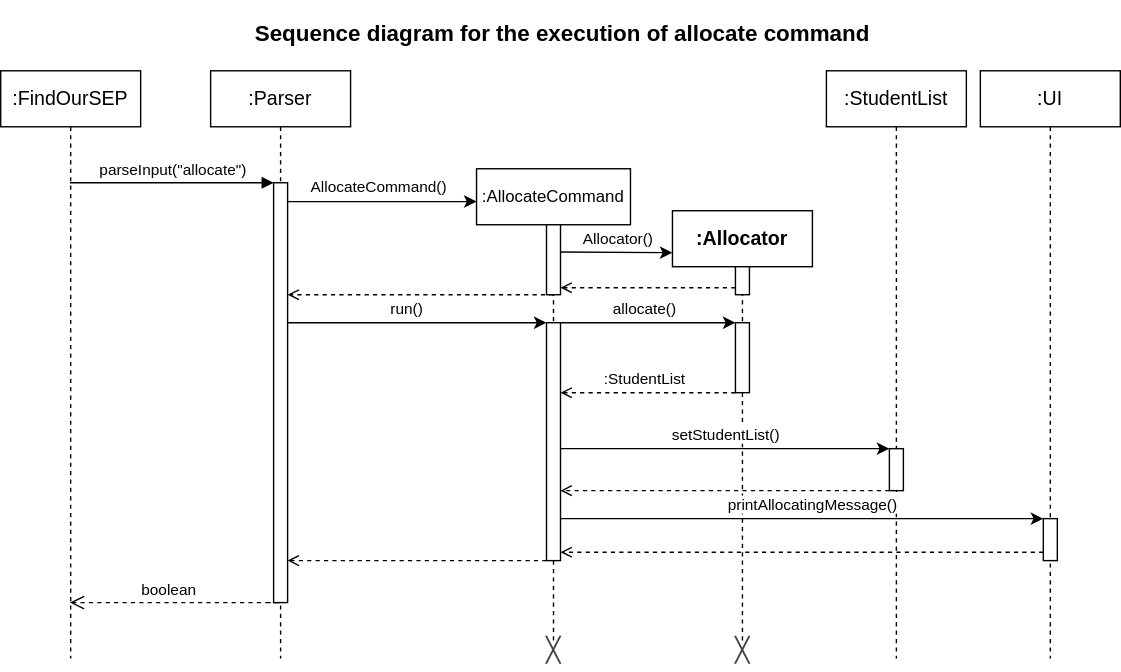
paulktham/tp keeps this draw.io diagram as docs/UML_Diagrams/AllocatorSequence.drawio.svg. Above is the earlier version. Source tidied: cells renumbered, new cells last; positions are measured from the earlier drawing's top-left corner, leaving out a move shared by most shapes.
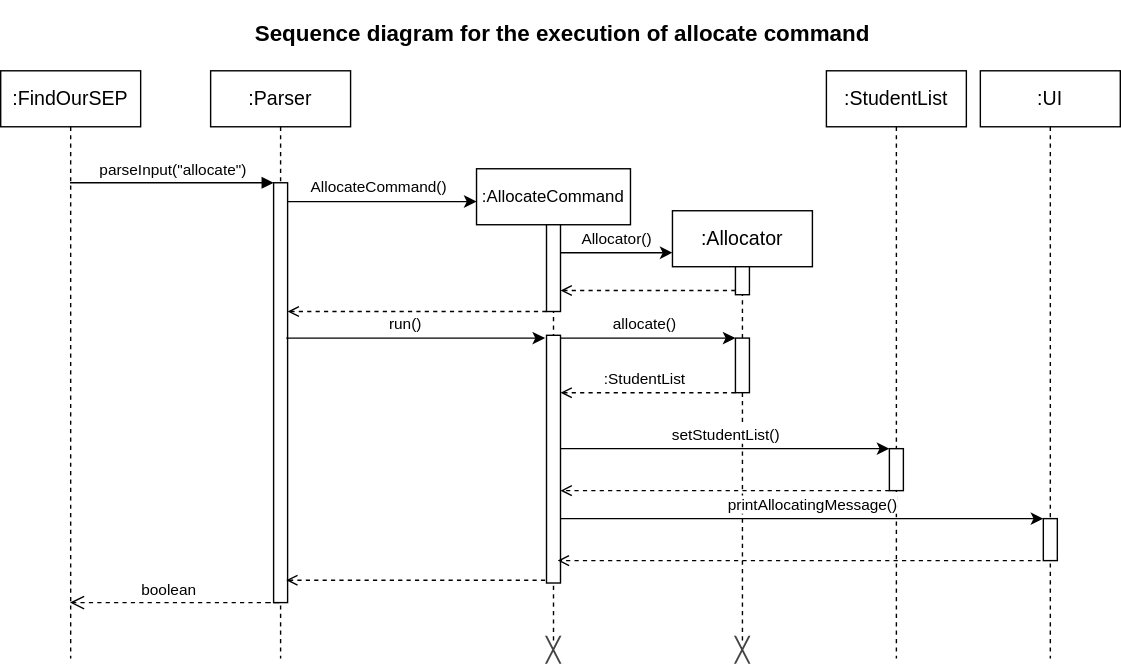
The same diagram one commit later.

Change to the diagram source:
```diff
@@ -34,49 +34,53 @@
       <mxGeometry x="340" y="120" width="110" height="350" as="geometry" />
     </mxCell>
     <mxCell id="9" style="html=1;points=[];perimeter=orthogonalPerimeter;outlineConnect=0;targetShapes=umlLifeline;portConstraint=eastwest;newEdgeStyle={&quot;edgeStyle&quot;:&quot;elbowEdgeStyle&quot;,&quot;elbow&quot;:&quot;vertical&quot;,&quot;curved&quot;:0,&quot;rounded&quot;:0};" parent="8" vertex="1">
-      <mxGeometry x="50" y="40" width="10" height="50" as="geometry" />
+      <mxGeometry x="50" y="40" width="10" height="62" as="geometry" />
     </mxCell>
     <mxCell id="10" style="html=1;points=[];perimeter=orthogonalPerimeter;outlineConnect=0;targetShapes=umlLifeline;portConstraint=eastwest;newEdgeStyle={&quot;edgeStyle&quot;:&quot;elbowEdgeStyle&quot;,&quot;elbow&quot;:&quot;vertical&quot;,&quot;curved&quot;:0,&quot;rounded&quot;:0};" parent="8" vertex="1">
-      <mxGeometry x="50" y="110" width="10" height="170" as="geometry" />
+      <mxGeometry x="50" y="119" width="10" height="177" as="geometry" />
     </mxCell>
-    <mxCell id="11" style="edgeStyle=elbowEdgeStyle;rounded=0;jettySize=auto;html=1;elbow=vertical;curved=0;endArrow=open;endFill=0;dashed=1;" parent="1" edge="1" target="4">
+    <mxCell id="11" style="edgeStyle=elbowEdgeStyle;rounded=0;jettySize=auto;html=1;elbow=horizontal;curved=0;endArrow=open;endFill=0;dashed=1;" parent="1" edge="1" source="9" target="4">
       <mxGeometry relative="1" as="geometry">
-        <mxPoint x="395" y="210" as="sourcePoint" />
         <Array as="points">
+          <mxPoint x="366" y="222" />
           <mxPoint x="290" y="210" />
           <mxPoint x="325" y="210" />
         </Array>
       </mxGeometry>
     </mxCell>
-    <mxCell id="12" value="&lt;font style=&quot;font-size: 14px;&quot;&gt;&lt;b&gt;:Allocator&lt;/b&gt;&lt;/font&gt;" style="shape=umlLifeline;perimeter=lifelinePerimeter;whiteSpace=wrap;html=1;newEdgeStyle={&quot;edgeStyle&quot;:&quot;elbowEdgeStyle&quot;,&quot;elbow&quot;:&quot;vertical&quot;,&quot;curved&quot;:0,&quot;rounded&quot;:0};" parent="1" vertex="1">
+    <mxCell id="12" value="&lt;font style=&quot;font-size: 14px;&quot;&gt;:Allocator&lt;/font&gt;" style="shape=umlLifeline;perimeter=lifelinePerimeter;whiteSpace=wrap;html=1;newEdgeStyle={&quot;edgeStyle&quot;:&quot;elbowEdgeStyle&quot;,&quot;elbow&quot;:&quot;vertical&quot;,&quot;curved&quot;:0,&quot;rounded&quot;:0};" parent="1" vertex="1">
       <mxGeometry x="480" y="150" width="100" height="320" as="geometry" />
     </mxCell>
     <mxCell id="13" style="html=1;perimeter=orthogonalPerimeter;targetShapes=umlLifeline;newEdgeStyle={&quot;edgeStyle&quot;:&quot;elbowEdgeStyle&quot;,&quot;elbow&quot;:&quot;vertical&quot;,&quot;curved&quot;:0,&quot;rounded&quot;:0};" parent="12" vertex="1">
       <mxGeometry x="45" y="40" width="10" height="20" as="geometry" />
     </mxCell>
     <mxCell id="14" style="html=1;points=[];perimeter=orthogonalPerimeter;outlineConnect=0;targetShapes=umlLifeline;portConstraint=eastwest;newEdgeStyle={&quot;edgeStyle&quot;:&quot;elbowEdgeStyle&quot;,&quot;elbow&quot;:&quot;vertical&quot;,&quot;curved&quot;:0,&quot;rounded&quot;:0};" parent="12" vertex="1">
-      <mxGeometry x="45" y="80" width="10" height="50" as="geometry" />
+      <mxGeometry x="45" y="91" width="10" height="39" as="geometry" />
     </mxCell>
-    <mxCell id="15" value="Allocator()" style="edgeStyle=elbowEdgeStyle;rounded=0;orthogonalLoop=1;jettySize=auto;html=1;elbow=vertical;curved=0;" parent="1" edge="1">
+    <mxCell id="15" value="Allocator()" style="edgeStyle=elbowEdgeStyle;rounded=0;jettySize=auto;html=1;elbow=vertical;curved=0;" parent="1" edge="1" source="9">
       <mxGeometry y="10" relative="1" as="geometry">
-        <mxPoint x="400" y="179.5" as="sourcePoint" />
         <mxPoint x="480" y="179.5" as="targetPoint" />
+        <Array as="points">
+          <mxPoint x="447" y="180" />
+        </Array>
       </mxGeometry>
     </mxCell>
     <mxCell id="16" style="edgeStyle=elbowEdgeStyle;rounded=0;orthogonalLoop=1;jettySize=auto;html=1;elbow=vertical;curved=0;endArrow=open;endFill=0;dashed=1;" parent="1" edge="1">
       <mxGeometry relative="1" as="geometry">
-        <mxPoint x="525" y="205" as="sourcePoint" />
-        <mxPoint x="400" y="205" as="targetPoint" />
+        <mxPoint x="525" y="207" as="sourcePoint" />
+        <mxPoint x="400" y="207" as="targetPoint" />
       </mxGeometry>
     </mxCell>
-    <mxCell id="17" value="run()" style="edgeStyle=elbowEdgeStyle;rounded=0;jettySize=auto;html=1;elbow=vertical;curved=0;" parent="1" edge="1" target="10">
+    <mxCell id="17" value="run()" style="edgeStyle=elbowEdgeStyle;rounded=0;orthogonalLoop=1;jettySize=auto;html=1;elbow=vertical;curved=0;" parent="1" edge="1">
       <mxGeometry x="-0.08" y="10" relative="1" as="geometry">
-        <mxPoint x="205" y="230" as="sourcePoint" />
+        <mxPoint x="204" y="241" as="sourcePoint" />
+        <mxPoint x="389" y="241" as="targetPoint" />
       </mxGeometry>
     </mxCell>
     <mxCell id="18" value="allocate()" style="edgeStyle=elbowEdgeStyle;rounded=0;jettySize=auto;html=1;elbow=vertical;curved=0;" parent="1" edge="1" source="10" target="14">
       <mxGeometry x="-0.04" y="10" relative="1" as="geometry">
         <Array as="points">
+          <mxPoint x="483" y="241" />
           <mxPoint x="490" y="230" />
         </Array>
       </mxGeometry>
@@ -128,14 +132,14 @@
     </mxCell>
     <mxCell id="29" style="edgeStyle=elbowEdgeStyle;rounded=0;orthogonalLoop=1;jettySize=auto;html=1;elbow=vertical;curved=0;endArrow=open;endFill=0;dashed=1;" parent="1" edge="1">
       <mxGeometry relative="1" as="geometry">
-        <mxPoint x="745" y="394" as="sourcePoint" />
-        <mxPoint x="400" y="394" as="targetPoint" />
+        <mxPoint x="743" y="400" as="sourcePoint" />
+        <mxPoint x="398" y="400" as="targetPoint" />
       </mxGeometry>
     </mxCell>
     <mxCell id="30" style="edgeStyle=elbowEdgeStyle;rounded=0;orthogonalLoop=1;jettySize=auto;html=1;elbow=vertical;curved=0;dashed=1;endArrow=open;endFill=0;" parent="1" edge="1">
       <mxGeometry relative="1" as="geometry">
-        <mxPoint x="390" y="400" as="sourcePoint" />
-        <mxPoint x="205" y="400" as="targetPoint" />
+        <mxPoint x="389" y="414" as="sourcePoint" />
+        <mxPoint x="204" y="414" as="targetPoint" />
       </mxGeometry>
     </mxCell>
     <mxCell id="31" value="&lt;h1 style=&quot;margin-top: 0px;&quot;&gt;&lt;font style=&quot;font-size: 16px;&quot;&gt;Sequence diagram for the execution of allocate command&lt;/font&gt;&lt;/h1&gt;" style="text;html=1;whiteSpace=wrap;overflow=hidden;rounded=0;" parent="1" vertex="1">
```
